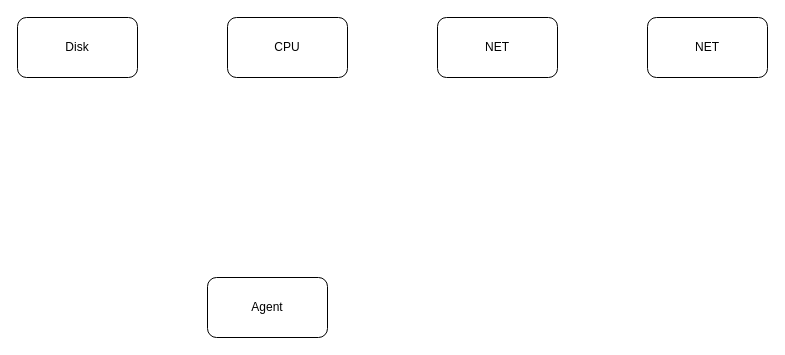
Before: page "系统资源调度器" (2 of 2) of Untitled Diagram.drawio in woshidama323/DATAREPO, a draw.io diagram. Source tidied: cells renumbered, new cells numbered last; positions are measured from the earlier drawing's top-left corner, leaving out a move shared by most shapes. Both pictures are drawn from the tidied source at 100%, with x=0, y=0 at pixel (17, 17).
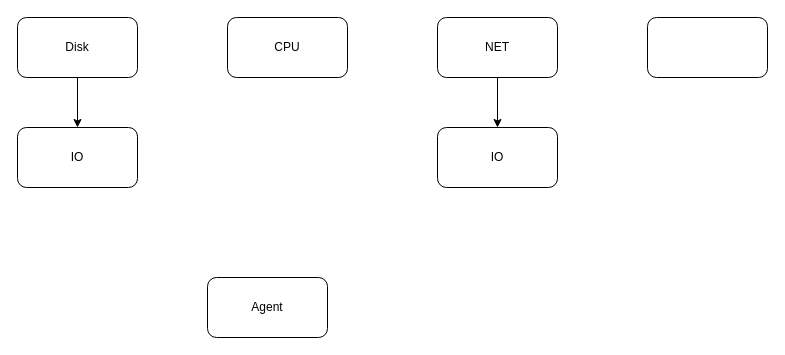
The same page after the edit.

What changed in the source:
```diff
@@
 <mxGraphModel>
   <root>
     <mxCell id="0" />
     <mxCell id="1" parent="0" />
     <mxCell id="2" value="Agent" style="rounded=1;whiteSpace=wrap;html=1;" parent="1" vertex="1">
       <mxGeometry x="190" y="260" width="120" height="60" as="geometry" />
     </mxCell>
+    <mxCell id="7" style="edgeStyle=orthogonalEdgeStyle;rounded=0;jettySize=auto;html=1;entryX=0.5;entryY=0;entryDx=0;entryDy=0;" parent="1" edge="1" source="3" target="9">
+      <mxGeometry relative="1" as="geometry" />
+    </mxCell>
     <mxCell id="3" value="Disk" style="rounded=1;whiteSpace=wrap;html=1;" parent="1" vertex="1">
       <mxGeometry width="120" height="60" as="geometry" />
     </mxCell>
     <mxCell id="4" value="CPU" style="rounded=1;whiteSpace=wrap;html=1;" parent="1" vertex="1">
       <mxGeometry x="210" width="120" height="60" as="geometry" />
     </mxCell>
+    <mxCell id="8" style="edgeStyle=orthogonalEdgeStyle;rounded=0;jettySize=auto;html=1;" parent="1" edge="1" source="5" target="10">
+      <mxGeometry relative="1" as="geometry" />
+    </mxCell>
     <mxCell id="5" value="NET" style="rounded=1;whiteSpace=wrap;html=1;" parent="1" vertex="1">
       <mxGeometry x="420" width="120" height="60" as="geometry" />
     </mxCell>
-    <mxCell id="6" value="NET" style="rounded=1;whiteSpace=wrap;html=1;" parent="1" vertex="1">
+    <mxCell id="6" style="rounded=1;whiteSpace=wrap;html=1;" parent="1" vertex="1">
       <mxGeometry x="630" width="120" height="60" as="geometry" />
     </mxCell>
+    <mxCell id="9" value="IO" style="rounded=1;whiteSpace=wrap;html=1;" parent="1" vertex="1">
+      <mxGeometry y="110" width="120" height="60" as="geometry" />
+    </mxCell>
+    <mxCell id="10" value="IO" style="rounded=1;whiteSpace=wrap;html=1;" parent="1" vertex="1">
+      <mxGeometry x="420" y="110" width="120" height="60" as="geometry" />
+    </mxCell>
   </root>
 </mxGraphModel>
```
